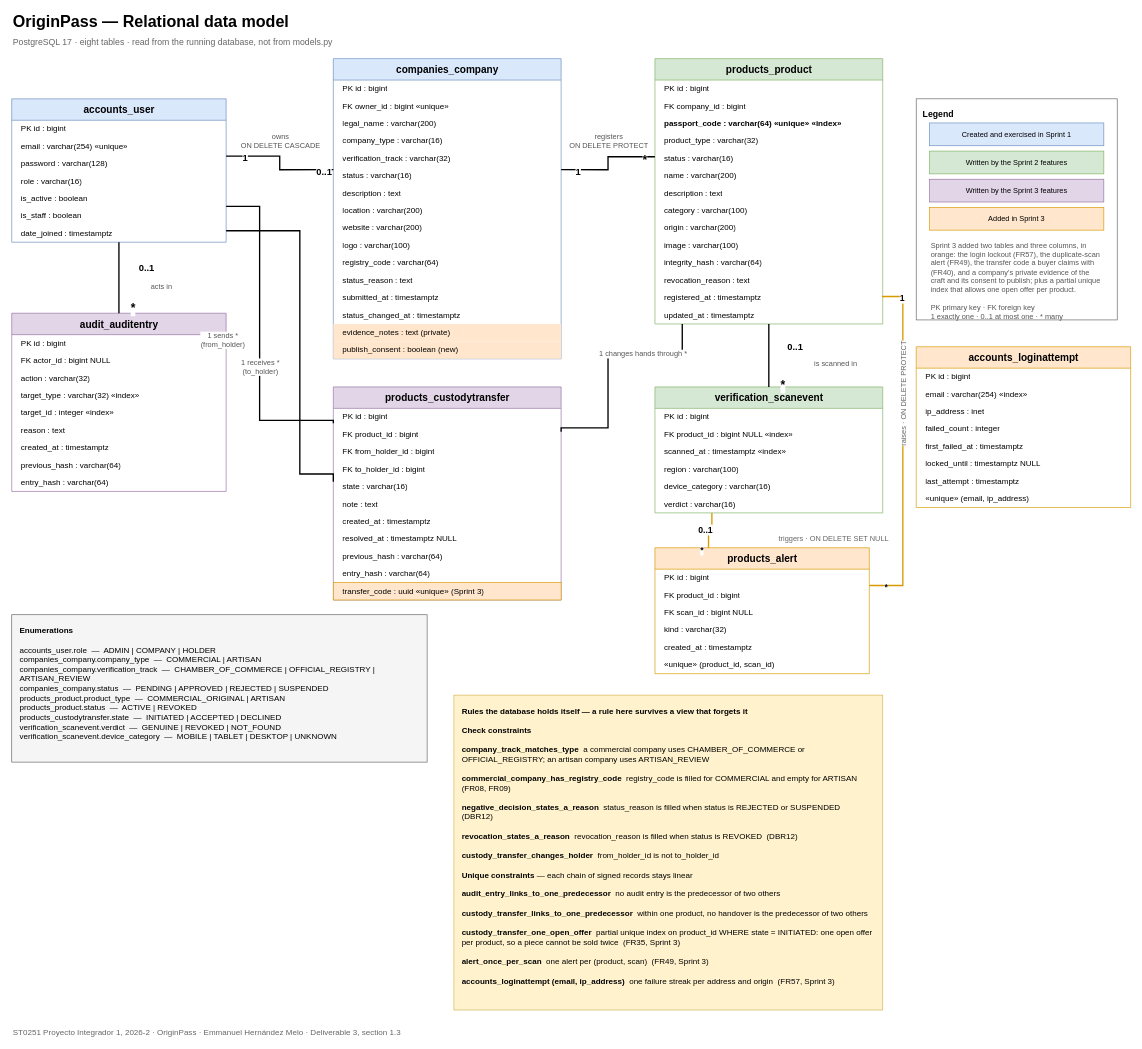
This is docs/diagrams/data-model.drawio from Pacha-e/OriginPass, a draw.io file, before an edit. Source tidied: cells renumbered, new cells numbered last; positions are measured from the earlier drawing's top-left corner, leaving out a move shared by most shapes. Both pictures are drawn from the tidied source at 67%, with x=0, y=0 at pixel (11, 11).
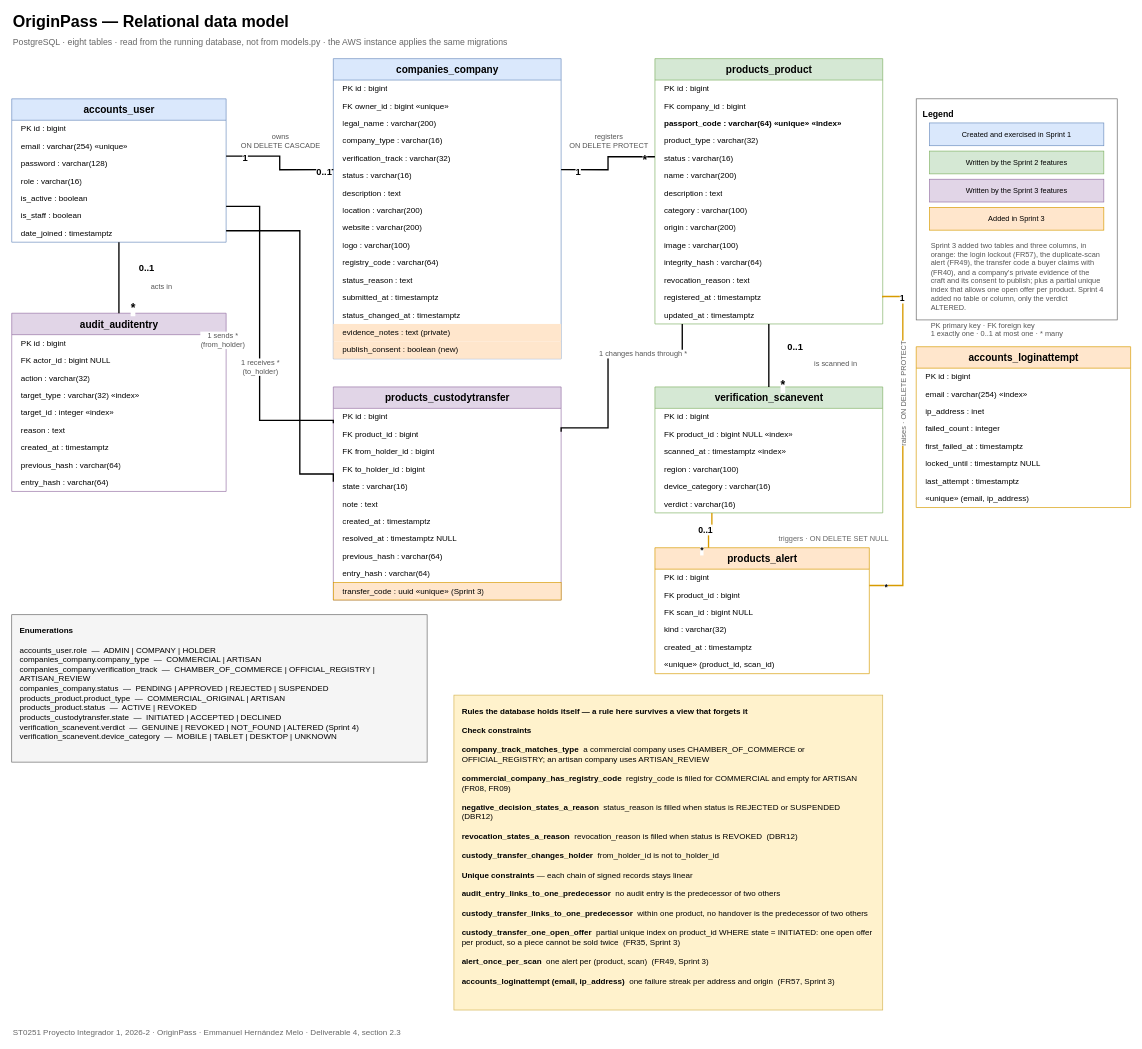
The same diagram, later.

Change to the diagram source:
```diff
@@
-    <mxCell id="3" value="PostgreSQL 17 · eight tables · read from the running database, not from models.py" style="text;html=1;fontSize=13;fontColor=#666666;align=left;verticalAlign=middle;" parent="1" vertex="1">
+    <mxCell id="3" value="PostgreSQL · eight tables · read from the running database, not from models.py · the AWS instance applies the same migrations" style="text;html=1;fontSize=13;fontColor=#666666;align=left;verticalAlign=middle;" parent="1" vertex="1">
       <mxGeometry y="34" width="1000" height="22" as="geometry" />
     </mxCell>
@@
-    <mxCell id="124" value="Sprint 3 added two tables and three columns, in orange: the login lockout (FR57), the duplicate-scan alert (FR49), the transfer code a buyer claims with (FR40), and a company's private evidence of the craft and its consent to publish; plus a partial unique index that allows one open offer per product.&lt;br&gt;&lt;br&gt;PK primary key · FK foreign key&lt;br&gt;1 exactly one · 0..1 at most one · * many" style="text;html=1;align=left;verticalAlign=top;whiteSpace=wrap;fontSize=11;fontColor=#555555;" parent="1" vertex="1">
+    <mxCell id="124" value="Sprint 3 added two tables and three columns, in orange: the login lockout (FR57), the duplicate-scan alert (FR49), the transfer code a buyer claims with (FR40), and a company's private evidence of the craft and its consent to publish; plus a partial unique index that allows one open offer per product. Sprint 4 added no table or column, only the verdict ALTERED.&lt;br&gt;&lt;br&gt;PK primary key · FK foreign key&lt;br&gt;1 exactly one · 0..1 at most one · * many" style="text;html=1;align=left;verticalAlign=top;whiteSpace=wrap;fontSize=11;fontColor=#555555;" parent="1" vertex="1">
       <mxGeometry x="1370" y="336" width="260" height="120" as="geometry" />
     </mxCell>
-    <mxCell id="125" value="&lt;b&gt;Enumerations&lt;/b&gt;&lt;br&gt;&lt;br&gt;accounts_user.role&amp;nbsp; —&amp;nbsp; ADMIN | COMPANY | HOLDER&lt;br&gt;companies_company.company_type&amp;nbsp; —&amp;nbsp; COMMERCIAL | ARTISAN&lt;br&gt;companies_company.verification_track&amp;nbsp; —&amp;nbsp; CHAMBER_OF_COMMERCE | OFFICIAL_REGISTRY | ARTISAN_REVIEW&lt;br&gt;companies_company.status&amp;nbsp; —&amp;nbsp; PENDING | APPROVED | REJECTED | SUSPENDED&lt;br&gt;products_product.product_type&amp;nbsp; —&amp;nbsp; COMMERCIAL_ORIGINAL | ARTISAN&lt;br&gt;products_product.status&amp;nbsp; —&amp;nbsp; ACTIVE | REVOKED&lt;br&gt;products_custodytransfer.state&amp;nbsp; —&amp;nbsp; INITIATED | ACCEPTED | DECLINED&lt;br&gt;verification_scanevent.verdict&amp;nbsp; —&amp;nbsp; GENUINE | REVOKED | NOT_FOUND&lt;br&gt;verification_scanevent.device_category&amp;nbsp; —&amp;nbsp; MOBILE | TABLET | DESKTOP | UNKNOWN" style="rounded=0;whiteSpace=wrap;html=1;align=left;verticalAlign=top;spacing=12;fillColor=#f5f5f5;strokeColor=#666666;fontSize=12;" parent="1" vertex="1">
+    <mxCell id="125" value="&lt;b&gt;Enumerations&lt;/b&gt;&lt;br&gt;&lt;br&gt;accounts_user.role&amp;nbsp; —&amp;nbsp; ADMIN | COMPANY | HOLDER&lt;br&gt;companies_company.company_type&amp;nbsp; —&amp;nbsp; COMMERCIAL | ARTISAN&lt;br&gt;companies_company.verification_track&amp;nbsp; —&amp;nbsp; CHAMBER_OF_COMMERCE | OFFICIAL_REGISTRY | ARTISAN_REVIEW&lt;br&gt;companies_company.status&amp;nbsp; —&amp;nbsp; PENDING | APPROVED | REJECTED | SUSPENDED&lt;br&gt;products_product.product_type&amp;nbsp; —&amp;nbsp; COMMERCIAL_ORIGINAL | ARTISAN&lt;br&gt;products_product.status&amp;nbsp; —&amp;nbsp; ACTIVE | REVOKED&lt;br&gt;products_custodytransfer.state&amp;nbsp; —&amp;nbsp; INITIATED | ACCEPTED | DECLINED&lt;br&gt;verification_scanevent.verdict&amp;nbsp; —&amp;nbsp; GENUINE | REVOKED | NOT_FOUND | ALTERED (Sprint 4)&lt;br&gt;verification_scanevent.device_category&amp;nbsp; —&amp;nbsp; MOBILE | TABLET | DESKTOP | UNKNOWN" style="rounded=0;whiteSpace=wrap;html=1;align=left;verticalAlign=top;spacing=12;fillColor=#f5f5f5;strokeColor=#666666;fontSize=12;" parent="1" vertex="1">
       <mxGeometry y="900" width="620" height="220" as="geometry" />
     </mxCell>
@@
-    <mxCell id="127" value="ST0251 Proyecto Integrador 1, 2026-2 · OriginPass · Emmanuel Hernández Melo · Deliverable 3, section 1.3" style="text;html=1;fontSize=12;fontColor=#666666;align=left;" parent="1" vertex="1">
+    <mxCell id="127" value="ST0251 Proyecto Integrador 1, 2026-2 · OriginPass · Emmanuel Hernández Melo · Deliverable 4, section 2.3" style="text;html=1;fontSize=12;fontColor=#666666;align=left;" parent="1" vertex="1">
       <mxGeometry y="1510" width="800" height="20" as="geometry" />
     </mxCell>
```
